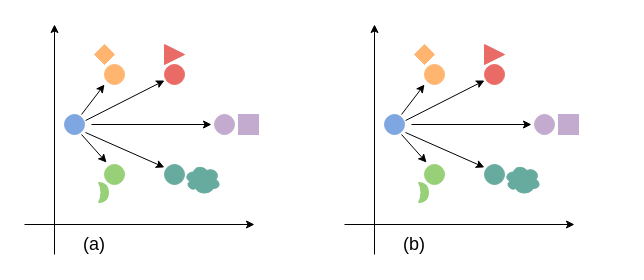
This is WACV1Diagram.drawio from limengzhu3211/draw, a draw.io file, before an edit. Source tidied: cells renumbered, new cells numbered last; positions are measured from the earlier drawing's top-left corner, leaving out a move shared by most shapes. Both pictures are drawn from the tidied source at 100%, with x=0, y=0 at pixel (24, 24).
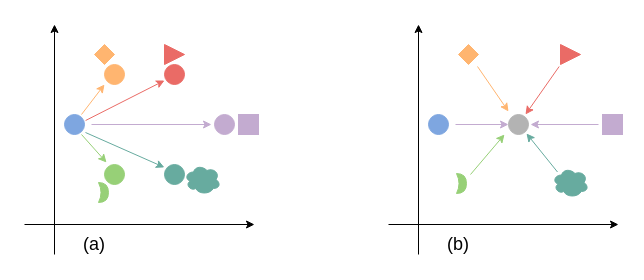
Above is the later version.

Diff of the diagram source:
```diff
@@
-    <mxCell id="9" style="endArrow=classic;html=1;exitX=1;exitY=1;exitDx=0;exitDy=0;exitPerimeter=0;" parent="1" edge="1">
+    <mxCell id="9" style="endArrow=classic;html=1;exitX=1;exitY=1;exitDx=0;exitDy=0;exitPerimeter=0;strokeColor=#97D077;" parent="1" edge="1">
       <mxGeometry relative="1" as="geometry">
         <mxPoint x="57" y="110" as="sourcePoint" />
         <mxPoint x="82" y="138" as="targetPoint" />
       </mxGeometry>
     </mxCell>
-    <mxCell id="10" style="endArrow=classic;html=1;" parent="1" edge="1">
+    <mxCell id="10" style="endArrow=classic;html=1;strokeColor=#FFB570;" parent="1" edge="1">
       <mxGeometry relative="1" as="geometry">
         <mxPoint x="57" y="90" as="sourcePoint" />
         <mxPoint x="80" y="60" as="targetPoint" />
       </mxGeometry>
     </mxCell>
-    <mxCell id="11" style="endArrow=classic;html=1;entryX=0;entryY=0;entryDx=0;entryDy=0;exitX=1.2;exitY=0.9;exitDx=0;exitDy=0;exitPerimeter=0;" parent="1" edge="1">
+    <mxCell id="11" style="endArrow=classic;html=1;entryX=0;entryY=0;entryDx=0;entryDy=0;exitX=1.2;exitY=0.9;exitDx=0;exitDy=0;exitPerimeter=0;strokeColor=#67AB9F;" parent="1" edge="1">
       <mxGeometry relative="1" as="geometry">
         <mxPoint x="61" y="108" as="sourcePoint" />
         <mxPoint x="139.9" y="142.9" as="targetPoint" />
       </mxGeometry>
     </mxCell>
-    <mxCell id="12" style="endArrow=classic;html=1;exitX=1.2;exitY=0.9;exitDx=0;exitDy=0;exitPerimeter=0;" parent="1" edge="1">
+    <mxCell id="12" style="endArrow=classic;html=1;exitX=1.2;exitY=0.9;exitDx=0;exitDy=0;exitPerimeter=0;strokeColor=#EA6B66;" parent="1" edge="1">
       <mxGeometry relative="1" as="geometry">
         <mxPoint x="61.1" y="96" as="sourcePoint" />
         <mxPoint x="140" y="56" as="targetPoint" />
       </mxGeometry>
     </mxCell>
@@
-    <mxCell id="17" style="endArrow=classic;html=1;exitX=1;exitY=0.5;exitDx=0;exitDy=0;" parent="1" edge="1">
+    <mxCell id="17" style="endArrow=classic;html=1;exitX=1;exitY=0.5;exitDx=0;exitDy=0;strokeColor=#C3ABD0;" parent="1" edge="1">
       <mxGeometry relative="1" as="geometry">
         <mxPoint x="67" y="100" as="sourcePoint" />
         <mxPoint x="187" y="100" as="targetPoint" />
       </mxGeometry>
     </mxCell>
@@
-    <mxCell id="20" style="endArrow=classic;html=1;" parent="1" edge="1">
-      <mxGeometry relative="1" as="geometry">
-        <mxPoint x="350" y="230" as="sourcePoint" />
-        <mxPoint x="350" as="targetPoint" />
-      </mxGeometry>
-    </mxCell>
-    <mxCell id="21" style="endArrow=classic;html=1;" parent="1" edge="1">
-      <mxGeometry relative="1" as="geometry">
-        <mxPoint x="320" y="200" as="sourcePoint" />
-        <mxPoint x="550" y="200" as="targetPoint" />
-      </mxGeometry>
-    </mxCell>
-    <mxCell id="22" style="ellipse;whiteSpace=wrap;html=1;fillColor=#7EA6E0;strokeColor=#7EA6E0;" parent="1" vertex="1">
-      <mxGeometry x="360" y="90" width="20" height="20" as="geometry" />
-    </mxCell>
-    <mxCell id="23" style="ellipse;whiteSpace=wrap;html=1;fillColor=#FFB570;strokeColor=#FFB570;" parent="1" vertex="1">
-      <mxGeometry x="400" y="40" width="20" height="20" as="geometry" />
-    </mxCell>
-    <mxCell id="24" style="ellipse;whiteSpace=wrap;html=1;strokeColor=#97D077;fillColor=#97D077;" parent="1" vertex="1">
-      <mxGeometry x="400" y="140" width="20" height="20" as="geometry" />
-    </mxCell>
-    <mxCell id="25" style="ellipse;whiteSpace=wrap;html=1;fillColor=#EA6B66;strokeColor=#EA6B66;" parent="1" vertex="1">
-      <mxGeometry x="460" y="40" width="20" height="20" as="geometry" />
-    </mxCell>
-    <mxCell id="26" style="ellipse;whiteSpace=wrap;html=1;strokeColor=#67AB9F;fillColor=#67AB9F;" parent="1" vertex="1">
-      <mxGeometry x="460" y="140" width="20" height="20" as="geometry" />
-    </mxCell>
-    <mxCell id="27" style="endArrow=classic;html=1;exitX=1;exitY=1;exitDx=0;exitDy=0;exitPerimeter=0;" parent="1" edge="1">
-      <mxGeometry relative="1" as="geometry">
-        <mxPoint x="377" y="110" as="sourcePoint" />
-        <mxPoint x="402" y="138" as="targetPoint" />
-      </mxGeometry>
-    </mxCell>
-    <mxCell id="28" style="endArrow=classic;html=1;" parent="1" edge="1">
-      <mxGeometry relative="1" as="geometry">
-        <mxPoint x="377" y="90" as="sourcePoint" />
-        <mxPoint x="400" y="60" as="targetPoint" />
-      </mxGeometry>
-    </mxCell>
-    <mxCell id="29" style="endArrow=classic;html=1;entryX=0;entryY=0;entryDx=0;entryDy=0;exitX=1.2;exitY=0.9;exitDx=0;exitDy=0;exitPerimeter=0;" parent="1" edge="1">
-      <mxGeometry relative="1" as="geometry">
-        <mxPoint x="381" y="108" as="sourcePoint" />
-        <mxPoint x="459.9" y="142.9" as="targetPoint" />
-      </mxGeometry>
-    </mxCell>
-    <mxCell id="30" style="endArrow=classic;html=1;exitX=1.2;exitY=0.9;exitDx=0;exitDy=0;exitPerimeter=0;" parent="1" edge="1">
-      <mxGeometry relative="1" as="geometry">
-        <mxPoint x="381.1" y="96" as="sourcePoint" />
-        <mxPoint x="460" y="56" as="targetPoint" />
-      </mxGeometry>
-    </mxCell>
-    <mxCell id="31" style="rhombus;whiteSpace=wrap;html=1;fillColor=#FFB570;strokeColor=#FFB570;" parent="1" vertex="1">
-      <mxGeometry x="390" y="20" width="20" height="20" as="geometry" />
-    </mxCell>
-    <mxCell id="32" style="triangle;whiteSpace=wrap;html=1;fillColor=#EA6B66;strokeColor=#EA6B66;" parent="1" vertex="1">
-      <mxGeometry x="460" y="20" width="20" height="20" as="geometry" />
-    </mxCell>
-    <mxCell id="33" style="rounded=0;whiteSpace=wrap;html=1;strokeColor=#C3ABD0;fillColor=#C3ABD0;" parent="1" vertex="1">
-      <mxGeometry x="534" y="90" width="20" height="20" as="geometry" />
-    </mxCell>
-    <mxCell id="34" style="ellipse;whiteSpace=wrap;html=1;fillColor=#C3ABD0;strokeColor=#C3ABD0;" parent="1" vertex="1">
-      <mxGeometry x="510" y="90" width="20" height="20" as="geometry" />
-    </mxCell>
-    <mxCell id="35" style="endArrow=classic;html=1;exitX=1;exitY=0.5;exitDx=0;exitDy=0;" parent="1" edge="1">
-      <mxGeometry relative="1" as="geometry">
-        <mxPoint x="387" y="100" as="sourcePoint" />
-        <mxPoint x="507" y="100" as="targetPoint" />
-      </mxGeometry>
-    </mxCell>
-    <mxCell id="36" style="ellipse;shape=cloud;whiteSpace=wrap;html=1;fillColor=#67AB9F;strokeColor=#67AB9F;" parent="1" vertex="1">
-      <mxGeometry x="480" y="140" width="36" height="30" as="geometry" />
-    </mxCell>
-    <mxCell id="37" style="shape=xor;whiteSpace=wrap;html=1;fillColor=#97D077;strokeColor=#97D077;" parent="1" vertex="1">
-      <mxGeometry x="394" y="158" width="10" height="20" as="geometry" />
-    </mxCell>
@@
+    <mxCell id="40" style="endArrow=classic;html=1;" parent="1" edge="1">
+      <mxGeometry relative="1" as="geometry">
+        <mxPoint x="394" y="230" as="sourcePoint" />
+        <mxPoint x="394" as="targetPoint" />
+      </mxGeometry>
+    </mxCell>
+    <mxCell id="41" style="endArrow=classic;html=1;" parent="1" edge="1">
+      <mxGeometry relative="1" as="geometry">
+        <mxPoint x="364" y="200" as="sourcePoint" />
+        <mxPoint x="594" y="200" as="targetPoint" />
+      </mxGeometry>
+    </mxCell>
+    <mxCell id="42" style="ellipse;whiteSpace=wrap;html=1;fillColor=#7EA6E0;strokeColor=#7EA6E0;" parent="1" vertex="1">
+      <mxGeometry x="404" y="90" width="20" height="20" as="geometry" />
+    </mxCell>
+    <mxCell id="43" style="endArrow=classic;html=1;strokeColor=#97D077;" parent="1" edge="1">
+      <mxGeometry relative="1" as="geometry">
+        <mxPoint x="446" y="150" as="sourcePoint" />
+        <mxPoint x="480" y="110" as="targetPoint" />
+      </mxGeometry>
+    </mxCell>
+    <mxCell id="44" style="endArrow=classic;html=1;strokeColor=#FFB570;exitX=1;exitY=1;exitDx=0;exitDy=0;" parent="1" edge="1">
+      <mxGeometry relative="1" as="geometry">
+        <mxPoint x="453" y="42" as="sourcePoint" />
+        <mxPoint x="484" y="87" as="targetPoint" />
+      </mxGeometry>
+    </mxCell>
+    <mxCell id="45" style="endArrow=classic;html=1;entryX=0.5;entryY=1;entryDx=0;entryDy=0;exitX=0.25;exitY=0.25;exitDx=0;exitDy=0;exitPerimeter=0;strokeColor=#67AB9F;" parent="1" edge="1">
+      <mxGeometry relative="1" as="geometry">
+        <mxPoint x="533" y="147.5" as="sourcePoint" />
+        <mxPoint x="502" y="109" as="targetPoint" />
+      </mxGeometry>
+    </mxCell>
+    <mxCell id="46" style="endArrow=classic;html=1;strokeColor=#EA6B66;exitX=-0.067;exitY=1.1;exitDx=0;exitDy=0;exitPerimeter=0;" parent="1" edge="1" source="48">
+      <mxGeometry relative="1" as="geometry">
+        <mxPoint x="501" y="90" as="targetPoint" />
+      </mxGeometry>
+    </mxCell>
+    <mxCell id="47" style="rhombus;whiteSpace=wrap;html=1;fillColor=#FFB570;strokeColor=#FFB570;" parent="1" vertex="1">
+      <mxGeometry x="434" y="20" width="20" height="20" as="geometry" />
+    </mxCell>
+    <mxCell id="48" style="triangle;whiteSpace=wrap;html=1;fillColor=#EA6B66;strokeColor=#EA6B66;" parent="1" vertex="1">
+      <mxGeometry x="536" y="20" width="20" height="20" as="geometry" />
+    </mxCell>
+    <mxCell id="49" style="rounded=0;whiteSpace=wrap;html=1;strokeColor=#C3ABD0;fillColor=#C3ABD0;" parent="1" vertex="1">
+      <mxGeometry x="578" y="90" width="20" height="20" as="geometry" />
+    </mxCell>
+    <mxCell id="50" style="endArrow=classic;html=1;strokeColor=#C3ABD0;" parent="1" edge="1">
+      <mxGeometry relative="1" as="geometry">
+        <mxPoint x="574" y="100" as="sourcePoint" />
+        <mxPoint x="506" y="100" as="targetPoint" />
+      </mxGeometry>
+    </mxCell>
+    <mxCell id="51" style="ellipse;shape=cloud;whiteSpace=wrap;html=1;fillColor=#67AB9F;strokeColor=#67AB9F;" parent="1" vertex="1">
+      <mxGeometry x="528" y="143" width="36" height="30" as="geometry" />
+    </mxCell>
+    <mxCell id="52" style="shape=xor;whiteSpace=wrap;html=1;fillColor=#97D077;strokeColor=#97D077;" parent="1" vertex="1">
+      <mxGeometry x="432" y="149" width="10" height="20" as="geometry" />
+    </mxCell>
     <mxCell id="39" value="&lt;font style=&quot;font-size: 18px&quot;&gt;(b)&lt;/font&gt;" style="text;html=1;strokeColor=none;fillColor=none;align=center;verticalAlign=middle;whiteSpace=wrap;rounded=0;" parent="1" vertex="1">
-      <mxGeometry x="370" y="210" width="40" height="20" as="geometry" />
+      <mxGeometry x="414" y="210" width="40" height="20" as="geometry" />
     </mxCell>
+    <mxCell id="53" style="ellipse;whiteSpace=wrap;html=1;strokeColor=#B3B3B3;fillColor=#B3B3B3;" parent="1" vertex="1">
+      <mxGeometry x="484" y="90" width="20" height="20" as="geometry" />
+    </mxCell>
+    <mxCell id="54" style="endArrow=classic;html=1;exitX=1;exitY=0.5;exitDx=0;exitDy=0;strokeColor=#C3ABD0;" parent="1" edge="1" target="53">
+      <mxGeometry relative="1" as="geometry">
+        <mxPoint x="431" y="100" as="sourcePoint" />
+      </mxGeometry>
+    </mxCell>
```
